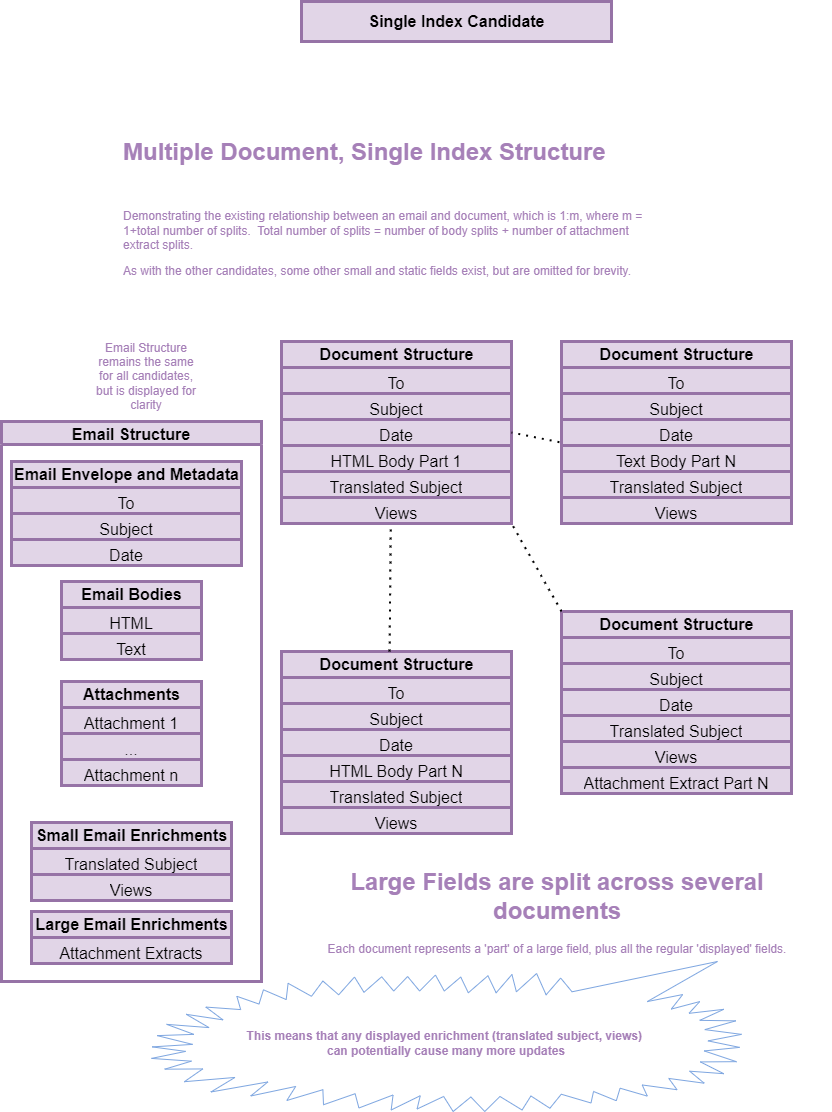
Earlier version of the draw.io export notes/diagrams/single-index-candidate-editable.png (maybe-another-name/elastic-things). Source tidied: cells renumbered, new cells last; positions are measured from the earlier drawing's top-left corner, leaving out a move shared by most shapes.
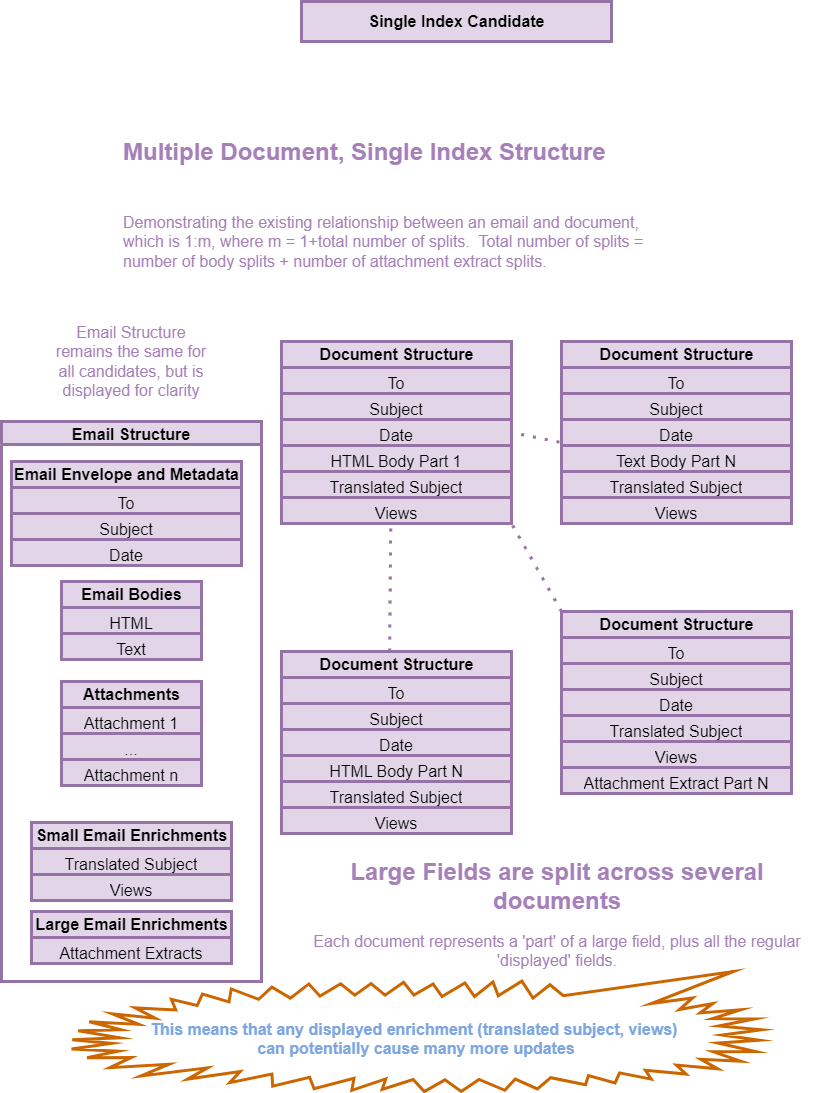
Above is the later version.

Diff of the diagram source:
```diff
@@ -5,7 +5,7 @@
     <mxCell id="2" value="Single Index Candidate" style="text;strokeColor=#9673a6;fillColor=#e1d5e7;html=1;fontSize=16;fontStyle=1;verticalAlign=middle;align=center;strokeWidth=3;" parent="1" vertex="1">
       <mxGeometry x="300" width="310" height="40" as="geometry" />
     </mxCell>
-    <mxCell id="3" value="&lt;h1 style=&quot;margin-top: 0px;&quot;&gt;Multiple Document, Single Index Structure&lt;/h1&gt;&lt;div&gt;&lt;br&gt;&lt;/div&gt;&lt;p&gt;Demonstrating the existing relationship between an email and document, which is 1:m, where m = 1+total number of splits.&amp;nbsp; Total number of splits = number of body splits + number of attachment extract splits.&lt;/p&gt;&lt;p&gt;As with the other candidates, some other small and static fields exist, but are omitted for brevity.&lt;/p&gt;" style="text;html=1;whiteSpace=wrap;overflow=hidden;rounded=0;fontColor=#A680B8;" parent="1" vertex="1">
+    <mxCell id="3" value="&lt;h1 style=&quot;margin-top: 0px;&quot;&gt;Multiple Document, Single Index Structure&lt;/h1&gt;&lt;div&gt;&lt;br&gt;&lt;/div&gt;&lt;p style=&quot;font-size: 16px;&quot;&gt;&lt;font style=&quot;font-size: 16px;&quot;&gt;Demonstrating the existing relationship between an email and document, which is 1:m, where m = 1+total number of splits.&amp;nbsp; Total number of splits = number of body splits + number of attachment extract splits.&lt;/font&gt;&lt;/p&gt;&lt;p style=&quot;font-size: 16px;&quot;&gt;&lt;font style=&quot;font-size: 16px;&quot;&gt;As with the other candidates, some other small and static fields exist, but are omitted for brevity.&lt;/font&gt;&lt;/p&gt;" style="text;html=1;whiteSpace=wrap;overflow=hidden;rounded=0;fontColor=#A680B8;" parent="1" vertex="1">
       <mxGeometry x="120" y="130" width="530" height="150" as="geometry" />
     </mxCell>
     <mxCell id="4" value="Email Structure" style="swimlane;fillColor=#e1d5e7;strokeColor=#9673a6;fontSize=16;strokeWidth=3;align=center;" parent="1" vertex="1">
@@ -80,8 +80,8 @@
     <mxCell id="27" value="Views" style="text;strokeColor=#9673a6;fillColor=#e1d5e7;align=center;verticalAlign=top;spacingLeft=4;spacingRight=4;overflow=hidden;points=[[0,0.5],[1,0.5]];portConstraint=eastwest;whiteSpace=wrap;html=1;fontSize=16;strokeWidth=3;" parent="21" vertex="1">
       <mxGeometry y="156" width="230" height="26" as="geometry" />
     </mxCell>
-    <mxCell id="28" value="&lt;font color=&quot;#a680b8&quot;&gt;Email Structure remains the same for all candidates, but is displayed for clarity&lt;/font&gt;" style="text;html=1;align=center;verticalAlign=middle;whiteSpace=wrap;rounded=0;" parent="1" vertex="1">
-      <mxGeometry x="90" y="360" width="110" height="30" as="geometry" />
+    <mxCell id="28" value="&lt;font style=&quot;font-size: 16px;&quot; color=&quot;#a680b8&quot;&gt;Email Structure remains the same for all candidates, but is displayed for clarity&lt;/font&gt;" style="text;html=1;align=center;verticalAlign=middle;whiteSpace=wrap;rounded=0;" parent="1" vertex="1">
+      <mxGeometry x="45" y="320" width="170" height="80" as="geometry" />
     </mxCell>
     <mxCell id="29" value="&lt;b&gt;Document Structure&lt;/b&gt;" style="swimlane;fontStyle=0;horizontal=1;startSize=26;fillColor=#e1d5e7;html=1;strokeColor=#9673a6;fontSize=16;strokeWidth=3;align=center;" parent="1" vertex="1">
       <mxGeometry x="280" y="650" width="230" height="182" as="geometry" />
@@ -146,20 +146,20 @@
     <mxCell id="49" value="Attachment Extract Part N" style="text;strokeColor=#9673a6;fillColor=#e1d5e7;align=center;verticalAlign=top;spacingLeft=4;spacingRight=4;overflow=hidden;whiteSpace=wrap;html=1;fontSize=16;strokeWidth=3;" parent="43" vertex="1">
       <mxGeometry y="156" width="230" height="26" as="geometry" />
     </mxCell>
-    <mxCell id="50" style="endArrow=none;dashed=1;html=1;dashPattern=1 3;strokeWidth=2;rounded=0;exitX=0.47;exitY=0;exitDx=0;exitDy=0;exitPerimeter=0;entryX=0.475;entryY=1.051;entryDx=0;entryDy=0;entryPerimeter=0;" parent="1" edge="1" source="29" target="27">
+    <mxCell id="50" style="endArrow=none;dashed=1;html=1;dashPattern=1 3;strokeWidth=3;rounded=0;exitX=0.47;exitY=0;exitDx=0;exitDy=0;exitPerimeter=0;entryX=0.475;entryY=1.051;entryDx=0;entryDy=0;entryPerimeter=0;fillColor=#e1d5e7;strokeColor=#9673A6;" parent="1" edge="1" source="29" target="27">
       <mxGeometry relative="1" as="geometry" />
     </mxCell>
-    <mxCell id="51" style="endArrow=none;dashed=1;html=1;dashPattern=1 3;strokeWidth=2;rounded=0;exitX=0;exitY=0;exitDx=0;exitDy=0;entryX=1;entryY=1;entryDx=0;entryDy=0;" parent="1" edge="1" source="43" target="21">
+    <mxCell id="51" style="endArrow=none;dashed=1;html=1;dashPattern=1 3;strokeWidth=3;rounded=0;exitX=0;exitY=0;exitDx=0;exitDy=0;entryX=1;entryY=1;entryDx=0;entryDy=0;strokeColor=#9673A6;" parent="1" edge="1" source="43" target="21">
       <mxGeometry relative="1" as="geometry" />
     </mxCell>
-    <mxCell id="52" style="endArrow=none;dashed=1;html=1;dashPattern=1 3;strokeWidth=2;rounded=0;exitX=-0.009;exitY=-0.128;exitDx=0;exitDy=0;exitPerimeter=0;entryX=1;entryY=0.5;entryDx=0;entryDy=0;" parent="1" edge="1" source="40" target="21">
+    <mxCell id="52" style="endArrow=none;dashed=1;html=1;dashPattern=1 3;strokeWidth=3;rounded=0;exitX=-0.009;exitY=-0.128;exitDx=0;exitDy=0;exitPerimeter=0;entryX=1;entryY=0.5;entryDx=0;entryDy=0;strokeColor=#9673A6;" parent="1" edge="1" source="40" target="21">
       <mxGeometry relative="1" as="geometry" />
     </mxCell>
-    <mxCell id="53" value="&lt;h1 style=&quot;text-align: center; margin-top: 0px;&quot;&gt;Large Fields are split across several documents&lt;/h1&gt;&lt;div style=&quot;text-align: center;&quot;&gt;&lt;span style=&quot;background-color: initial; text-align: left;&quot;&gt;Each document represents a 'part' of a large field, plus all the regular 'displayed' fields.&lt;/span&gt;&lt;br&gt;&lt;/div&gt;&lt;p&gt;&lt;br&gt;&lt;br&gt;&lt;/p&gt;" style="text;html=1;whiteSpace=wrap;overflow=hidden;rounded=0;fontColor=#A680B8;" parent="1" vertex="1">
-      <mxGeometry x="280" y="860" width="550" height="100" as="geometry" />
+    <mxCell id="53" value="&lt;h1 style=&quot;text-align: center; margin-top: 0px;&quot;&gt;Large Fields are split across several documents&lt;/h1&gt;&lt;div style=&quot;text-align: center; font-size: 16px;&quot;&gt;&lt;font style=&quot;font-size: 16px;&quot;&gt;&lt;span style=&quot;background-color: initial; text-align: left;&quot;&gt;Each document represents a 'part' of a large field, plus all the regular 'displayed' fields.&lt;/span&gt;&lt;br&gt;&lt;/font&gt;&lt;/div&gt;&lt;p style=&quot;font-size: 16px;&quot;&gt;&lt;br&gt;&lt;br&gt;&lt;/p&gt;" style="text;html=1;whiteSpace=wrap;overflow=hidden;rounded=0;fontColor=#A680B8;" parent="1" vertex="1">
+      <mxGeometry x="280" y="850" width="550" height="120" as="geometry" />
     </mxCell>
-    <mxCell id="54" value="&lt;div&gt;&lt;b&gt;&lt;font color=&quot;#a680b8&quot;&gt;&lt;br&gt;&lt;/font&gt;&lt;/b&gt;&lt;/div&gt;&lt;b&gt;&lt;font color=&quot;#a680b8&quot;&gt;This means that any displayed enrichment (translated subject, views)&amp;nbsp;&lt;/font&gt;&lt;/b&gt;&lt;div&gt;&lt;b&gt;&lt;font color=&quot;#a680b8&quot;&gt;can potentially cause many more updates&lt;/font&gt;&lt;/b&gt;&lt;/div&gt;" style="whiteSpace=wrap;html=1;shape=mxgraph.basic.loud_callout;direction=west;fillColor=none;strokeColor=#7EA6E0;" parent="1" vertex="1">
-      <mxGeometry x="150" y="960" width="590" height="150" as="geometry" />
+    <mxCell id="54" value="&lt;div&gt;&lt;b&gt;&lt;font color=&quot;#a680b8&quot;&gt;&lt;br&gt;&lt;/font&gt;&lt;/b&gt;&lt;/div&gt;&lt;b style=&quot;font-size: 16px;&quot;&gt;&lt;font color=&quot;#7ea6e0&quot; style=&quot;font-size: 16px;&quot;&gt;This means that any displayed enrichment (translated subject, views)&amp;nbsp;&lt;/font&gt;&lt;/b&gt;&lt;div style=&quot;font-size: 16px;&quot;&gt;&lt;b style=&quot;&quot;&gt;&lt;font color=&quot;#7ea6e0&quot; style=&quot;font-size: 16px;&quot;&gt;can potentially cause many more updates&lt;/font&gt;&lt;/b&gt;&lt;/div&gt;" style="whiteSpace=wrap;html=1;shape=mxgraph.basic.loud_callout;direction=west;fillColor=none;strokeColor=#CC6600;strokeWidth=3;" parent="1" vertex="1">
+      <mxGeometry x="70" y="970" width="690" height="120" as="geometry" />
     </mxCell>
   </root>
 </mxGraphModel>
```
